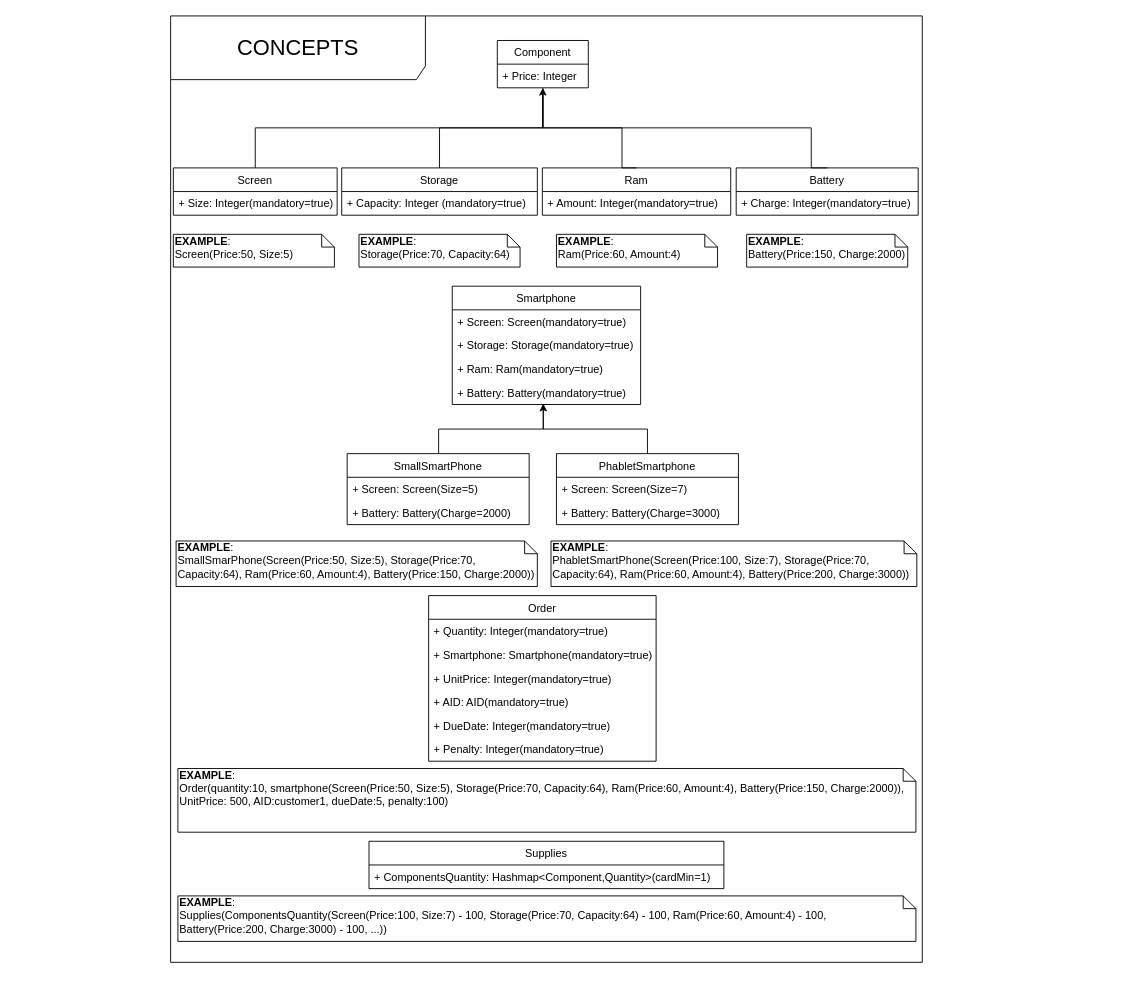
MarcosGaming/Multi-Agent_Systems_Coursework keeps this draw.io diagram as Coursework specification and diagrams/Ontology diagrams/Concepts.drawio. Above is the earlier version. Source tidied: cells renumbered, new cells numbered last; positions are measured from the earlier drawing's top-left corner, leaving out a move shared by most shapes. Both pictures are drawn from the tidied source at 91%, with x=0, y=0 at pixel (170, 15).
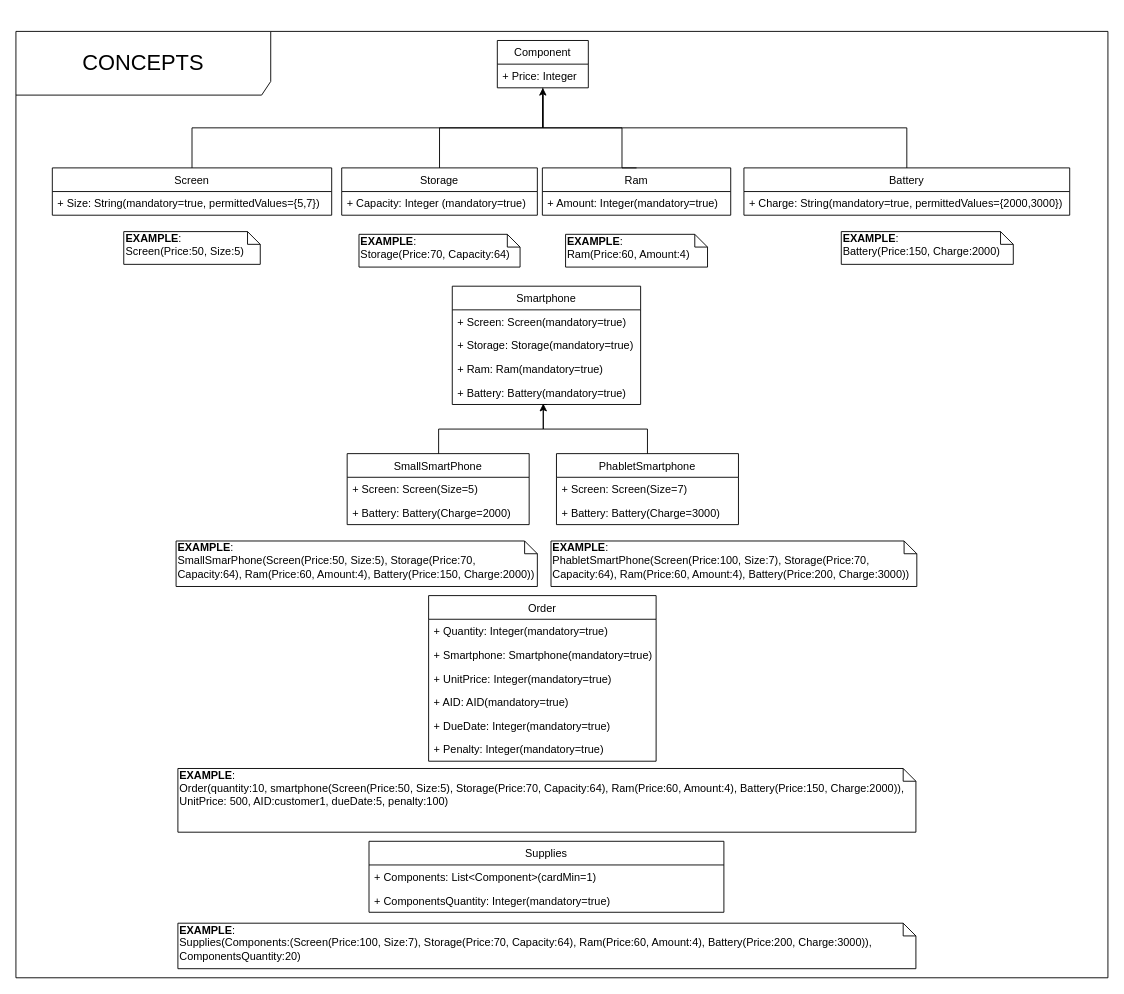
The same diagram, later.

The edit, as a diff of the source:
```diff
@@
     <mxCell id="13" value="Screen" style="swimlane;fontStyle=0;horizontal=1;startSize=26;fillColor=none;" parent="1" vertex="1">
-      <mxGeometry x="3" y="167" width="180" height="52" as="geometry" />
+      <mxGeometry x="-130" y="167" width="307" height="52" as="geometry" />
     </mxCell>
-    <mxCell id="14" value="+ Size: Integer(mandatory=true)" style="text;strokeColor=none;fillColor=none;align=left;verticalAlign=top;spacingLeft=4;spacingRight=4;overflow=hidden;" parent="13" vertex="1">
-      <mxGeometry y="26" width="180" height="26" as="geometry" />
+    <mxCell id="14" value="+ Size: String(mandatory=true, permittedValues={5,7})" style="text;strokeColor=none;fillColor=none;align=left;verticalAlign=top;spacingLeft=4;spacingRight=4;overflow=hidden;" parent="13" vertex="1">
+      <mxGeometry y="26" width="307" height="26" as="geometry" />
     </mxCell>
@@
     <mxCell id="20" style="edgeStyle=orthogonalEdgeStyle;rounded=0;jettySize=auto;html=1;exitX=0.5;exitY=0;exitDx=0;exitDy=0;startArrow=none;startFill=0;endArrow=none;endFill=0;" parent="1" edge="1" source="21">
       <mxGeometry relative="1" as="geometry">
         <mxPoint x="409" y="83" as="targetPoint" />
         <Array as="points">
-          <mxPoint x="704" y="123" />
+          <mxPoint x="809" y="123" />
           <mxPoint x="409" y="123" />
         </Array>
       </mxGeometry>
     </mxCell>
     <mxCell id="21" value="Battery" style="swimlane;fontStyle=0;horizontal=1;startSize=26;fillColor=none;" parent="1" vertex="1">
-      <mxGeometry x="621.5" y="167" width="200" height="52" as="geometry" />
+      <mxGeometry x="630" y="167" width="358" height="52" as="geometry" />
     </mxCell>
-    <mxCell id="22" value="+ Charge: Integer(mandatory=true)" style="text;strokeColor=none;fillColor=none;align=left;verticalAlign=top;spacingLeft=4;spacingRight=4;overflow=hidden;" parent="21" vertex="1">
-      <mxGeometry y="26" width="200" height="26" as="geometry" />
+    <mxCell id="22" value="+ Charge: String(mandatory=true, permittedValues={2000,3000})" style="text;strokeColor=none;fillColor=none;align=left;verticalAlign=top;spacingLeft=4;spacingRight=4;overflow=hidden;" parent="21" vertex="1">
+      <mxGeometry y="26" width="358" height="26" as="geometry" />
     </mxCell>
@@
     <mxCell id="36" value="Supplies" style="swimlane;fontStyle=0;horizontal=1;startSize=26;fillColor=none;" parent="1" vertex="1">
-      <mxGeometry x="218" y="907" width="390" height="52" as="geometry" />
+      <mxGeometry x="218" y="907" width="390" height="78" as="geometry" />
     </mxCell>
-    <mxCell id="37" value="+ ComponentsQuantity: Hashmap&lt;Component,Quantity&gt;(cardMin=1) " style="text;strokeColor=none;fillColor=none;align=left;verticalAlign=top;spacingLeft=4;spacingRight=4;overflow=hidden;" parent="36" vertex="1">
+    <mxCell id="37" value="+ Components: List&lt;Component&gt;(cardMin=1) " style="text;strokeColor=none;fillColor=none;align=left;verticalAlign=top;spacingLeft=4;spacingRight=4;overflow=hidden;" parent="36" vertex="1">
       <mxGeometry y="26" width="390" height="26" as="geometry" />
     </mxCell>
+    <mxCell id="47" value="+ ComponentsQuantity: Integer(mandatory=true) " style="text;strokeColor=none;fillColor=none;align=left;verticalAlign=top;spacingLeft=4;spacingRight=4;overflow=hidden;" parent="36" vertex="1">
+      <mxGeometry y="52" width="390" height="26" as="geometry" />
+    </mxCell>
     <mxCell id="38" value="&lt;font style=&quot;font-size: 24px&quot;&gt;CONCEPTS&lt;/font&gt;" style="shape=umlFrame;whiteSpace=wrap;html=1;width=280;height=70;" parent="1" vertex="1">
-      <mxGeometry width="826" height="1040" as="geometry" />
+      <mxGeometry x="-170" y="17" width="1200" height="1040" as="geometry" />
     </mxCell>
     <mxCell id="39" value="&lt;b&gt;EXAMPLE&lt;/b&gt;:&lt;br&gt;Screen(Price:50, Size:5)" style="shape=note;whiteSpace=wrap;html=1;size=14;verticalAlign=top;align=left;spacingTop=-6;" parent="1" vertex="1">
-      <mxGeometry x="3" y="240" width="177" height="36" as="geometry" />
+      <mxGeometry x="-51.5" y="237" width="150" height="36" as="geometry" />
     </mxCell>
@@
     <mxCell id="41" value="&lt;b&gt;EXAMPLE&lt;/b&gt;:&lt;br&gt;Ram(Price:60, Amount:4)" style="shape=note;whiteSpace=wrap;html=1;size=14;verticalAlign=top;align=left;spacingTop=-6;" parent="1" vertex="1">
-      <mxGeometry x="424" y="240" width="177" height="36" as="geometry" />
+      <mxGeometry x="434" y="240" width="156" height="36" as="geometry" />
     </mxCell>
     <mxCell id="42" value="&lt;b&gt;EXAMPLE&lt;/b&gt;:&lt;br&gt;Battery(Price:150, Charge:2000)" style="shape=note;whiteSpace=wrap;html=1;size=14;verticalAlign=top;align=left;spacingTop=-6;" parent="1" vertex="1">
-      <mxGeometry x="633" y="240" width="177" height="36" as="geometry" />
+      <mxGeometry x="737" y="237" width="189" height="36" as="geometry" />
     </mxCell>
@@
-    <mxCell id="46" value="&lt;b&gt;EXAMPLE&lt;/b&gt;:&lt;br&gt;Supplies(ComponentsQuantity(Screen(Price:100, Size:7) - 100, Storage(Price:70, Capacity:64) - 100, Ram(Price:60, Amount:4) - 100, Battery(Price:200, Charge:3000) - 100, ...))" style="shape=note;whiteSpace=wrap;html=1;size=14;verticalAlign=top;align=left;spacingTop=-6;" parent="1" vertex="1">
-      <mxGeometry x="8" y="967" width="811" height="50" as="geometry" />
+    <mxCell id="46" value="&lt;b&gt;EXAMPLE&lt;/b&gt;:&lt;br&gt;Supplies(Components:(Screen(Price:100, Size:7), Storage(Price:70, Capacity:64), Ram(Price:60, Amount:4), Battery(Price:200, Charge:3000)), ComponentsQuantity:20)" style="shape=note;whiteSpace=wrap;html=1;size=14;verticalAlign=top;align=left;spacingTop=-6;" parent="1" vertex="1">
+      <mxGeometry x="8" y="997" width="811" height="50" as="geometry" />
     </mxCell>
```
